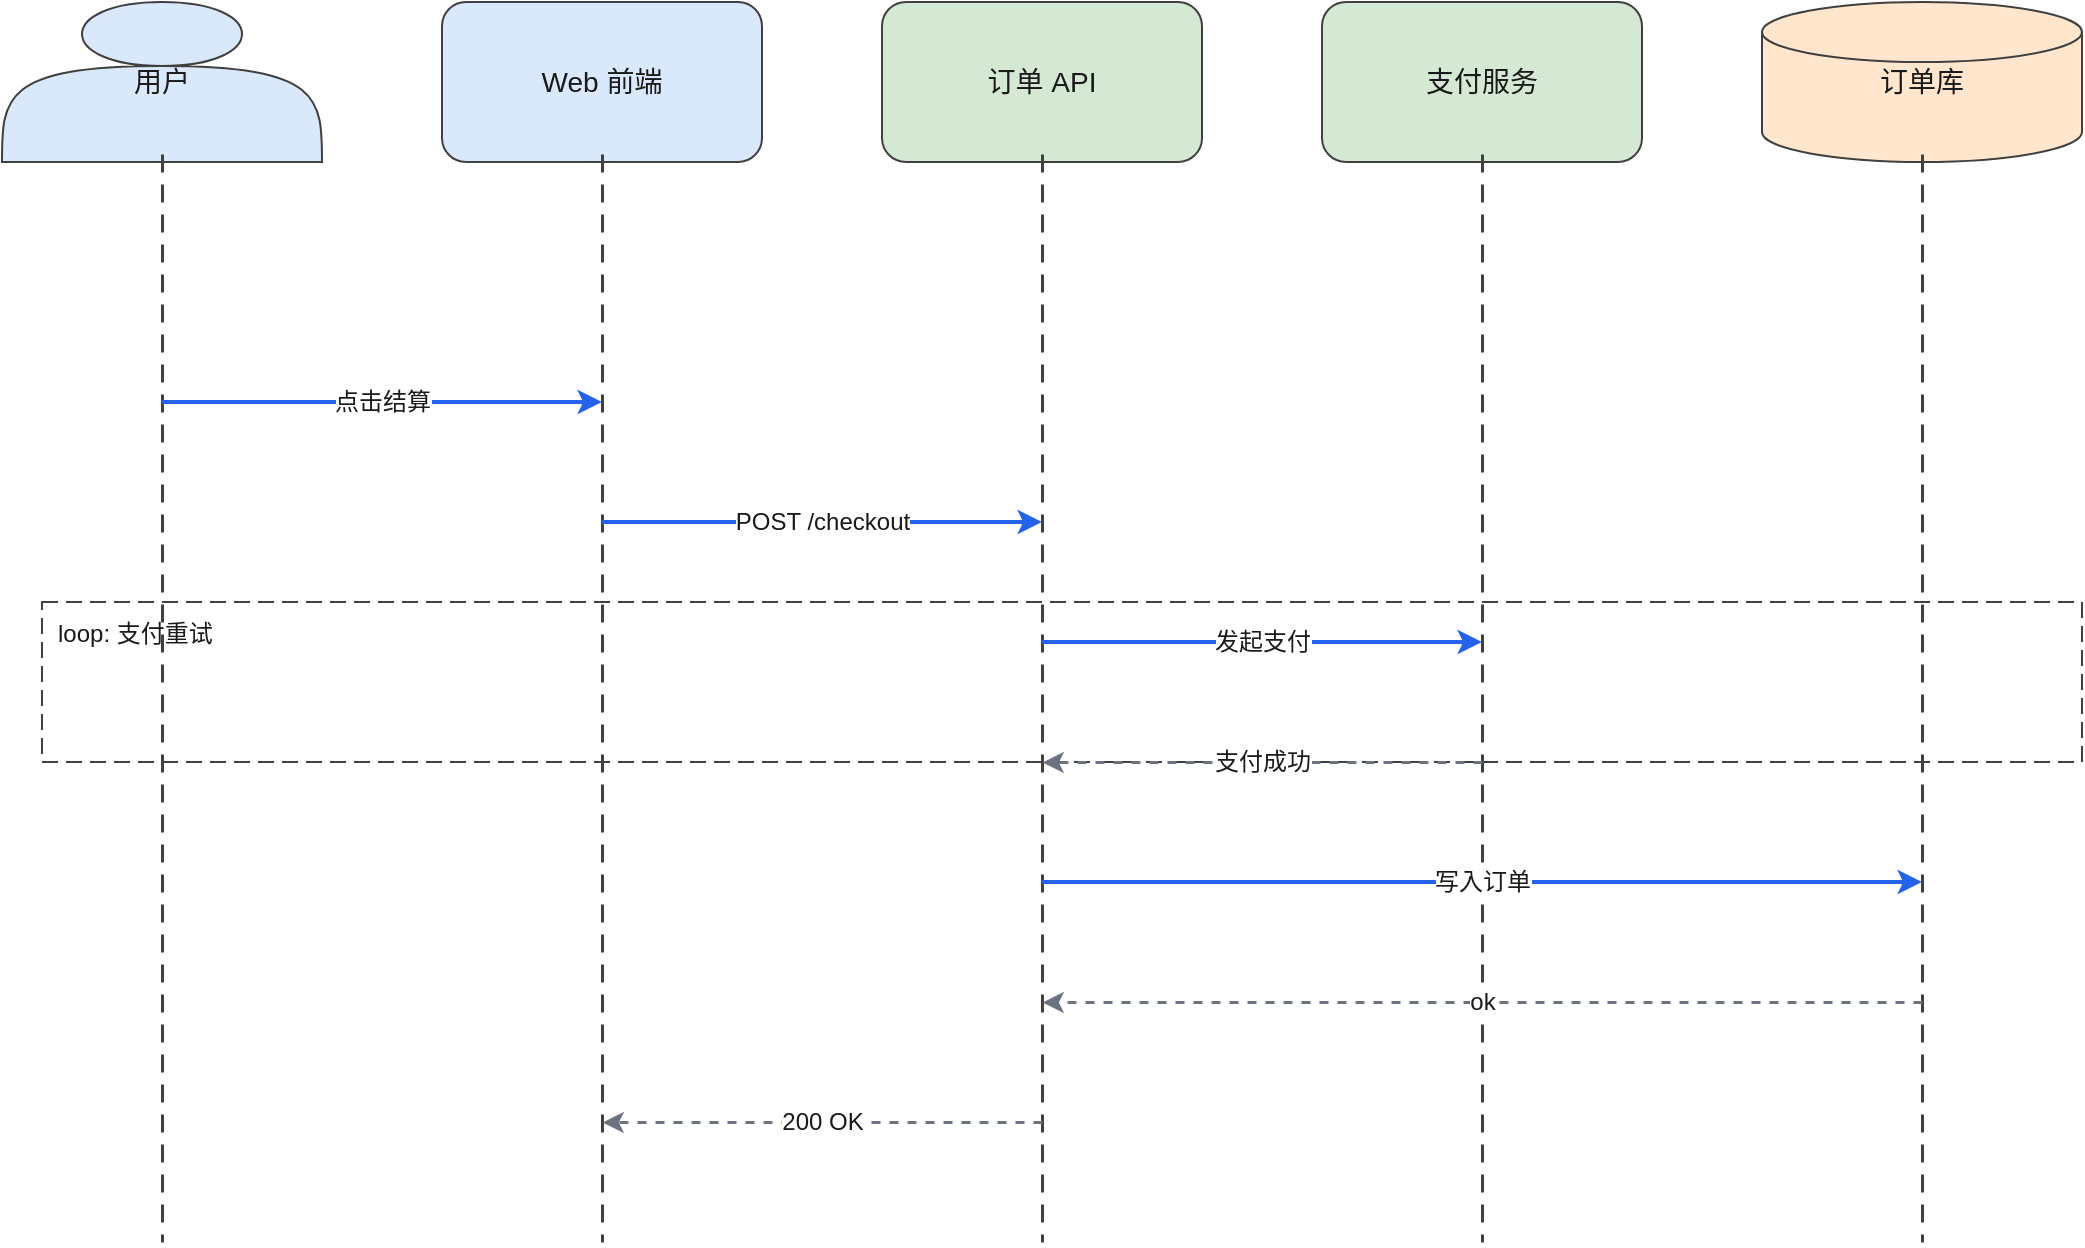
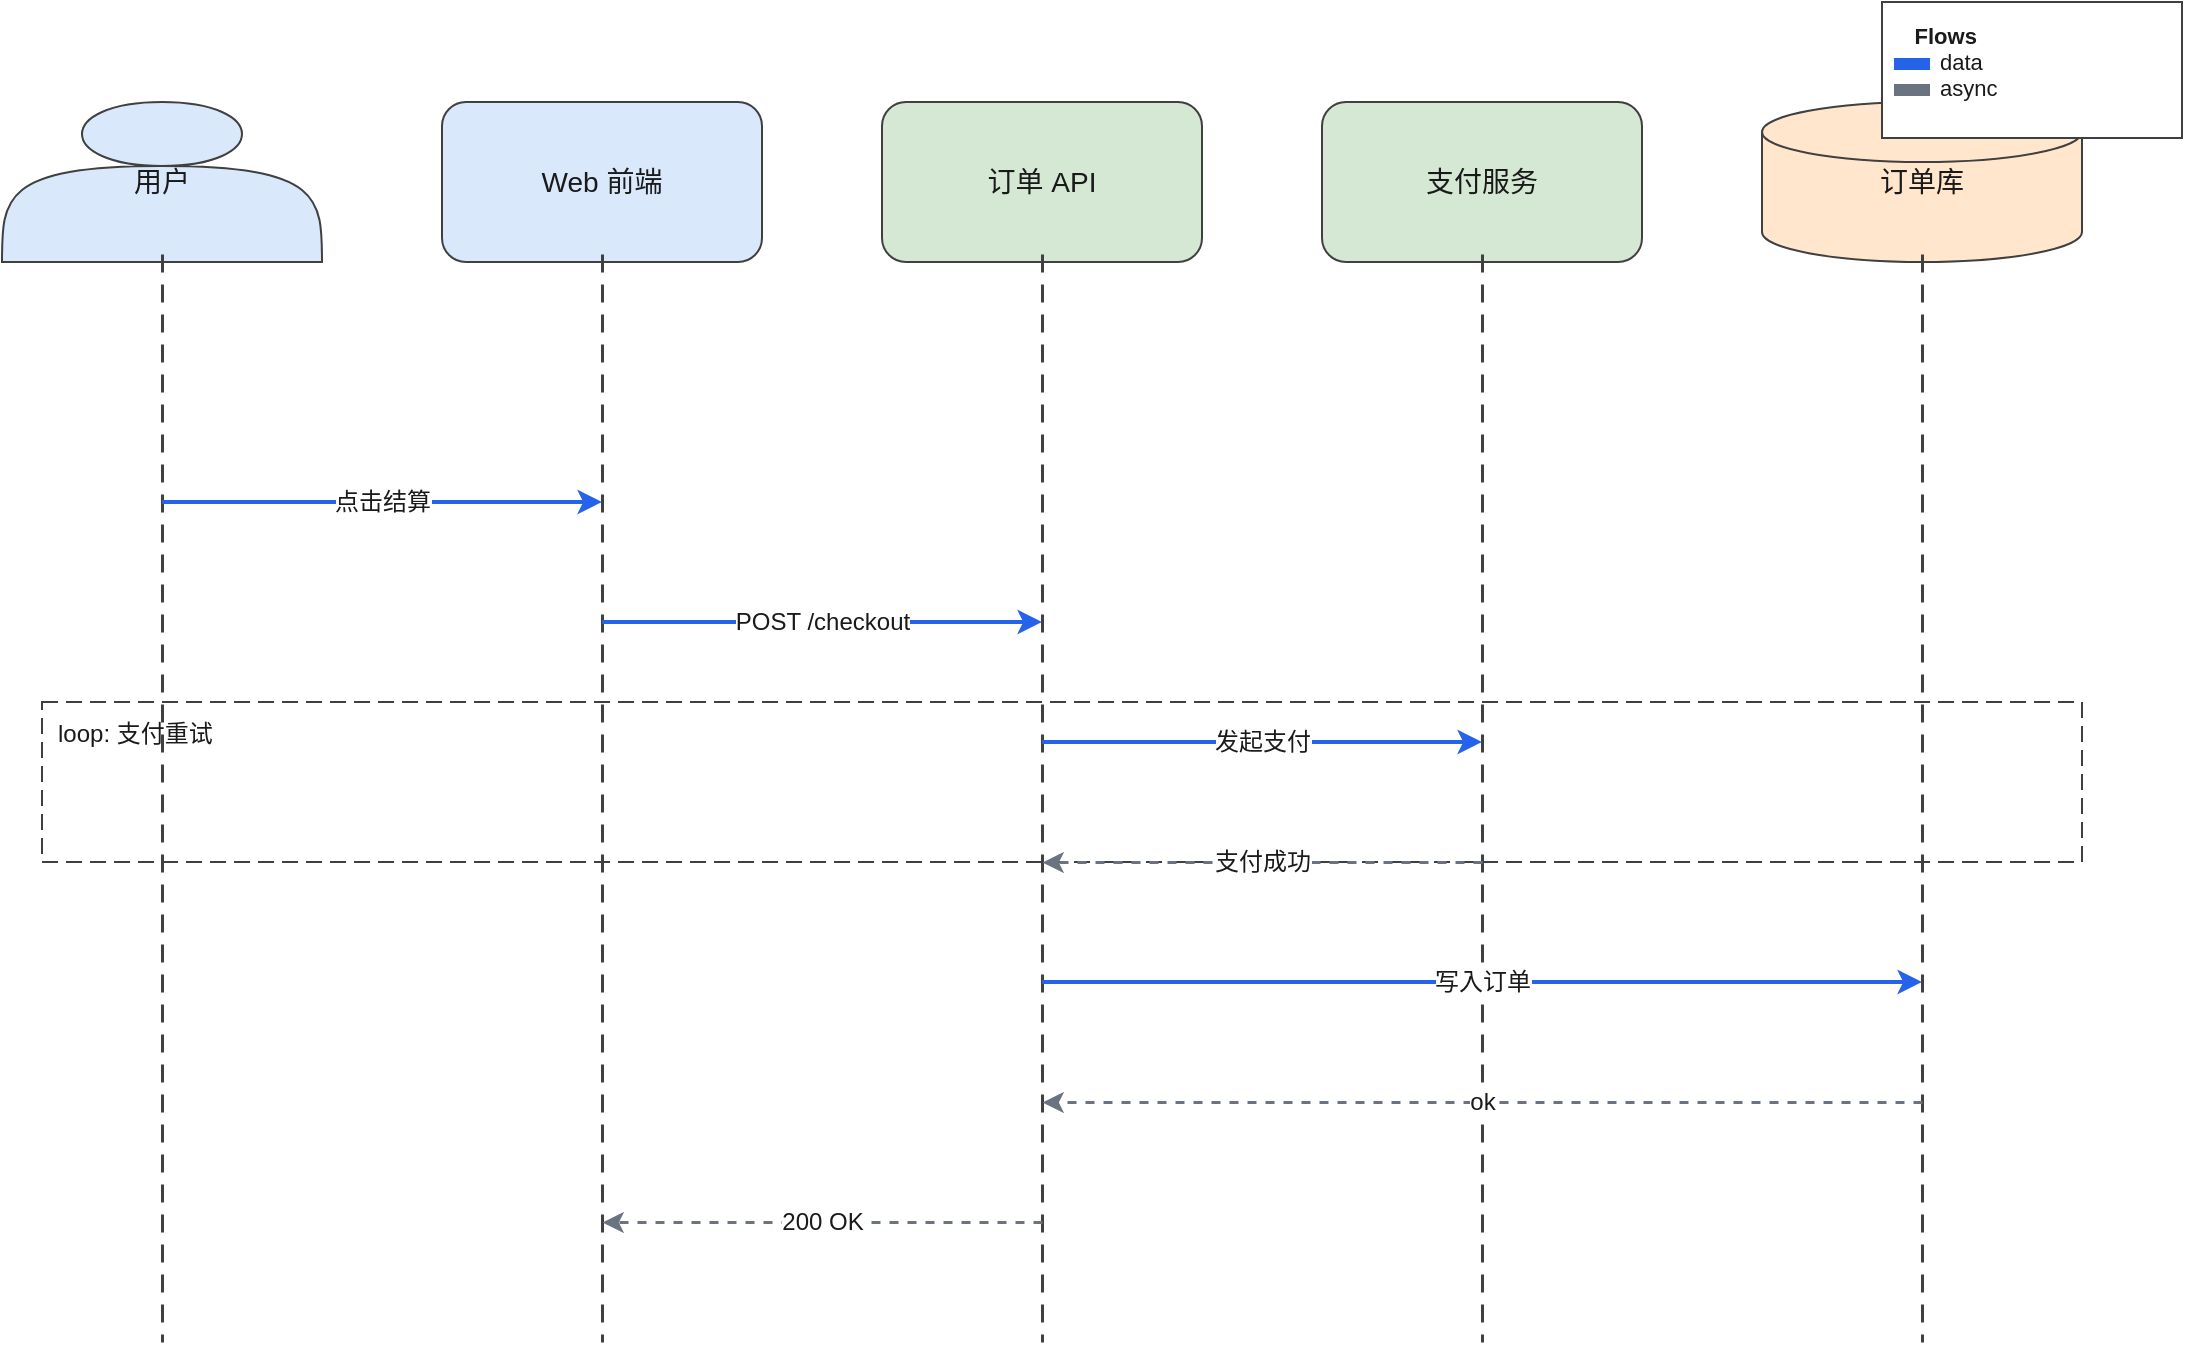
<mxfile host="app.diagrams.net">
  <diagram name="结账下单时序" id="d0">
    <mxGraphModel dx="800" dy="600" grid="1" gridSize="10" guides="1" tooltips="1" connect="1" arrows="1" fold="1" page="1" pageScale="1" pageWidth="1120" pageHeight="740" math="0" shadow="0" background="#ffffff">
      <root>
        <mxCell id="0" />
        <mxCell id="1" parent="0" />
        <mxCell id="user" value="用户" style="shape=actor;whiteSpace=wrap;html=1;fillColor=#dae8fc;strokeColor=#404040;fontColor=#1a1a1a;fontSize=14;rounded=1;" vertex="1" parent="1">
          <mxGeometry x="20" y="60" width="160" height="80" as="geometry" />
        </mxCell>
        <mxCell id="web" value="Web 前端" style="rounded=1;whiteSpace=wrap;html=1;fillColor=#dae8fc;strokeColor=#404040;fontColor=#1a1a1a;fontSize=14;rounded=1;" vertex="1" parent="1">
          <mxGeometry x="240" y="60" width="160" height="80" as="geometry" />
        </mxCell>
        <mxCell id="api" value="订单 API" style="rounded=1;whiteSpace=wrap;html=1;fillColor=#d5e8d4;strokeColor=#404040;fontColor=#1a1a1a;fontSize=14;rounded=1;" vertex="1" parent="1">
          <mxGeometry x="460" y="60" width="160" height="80" as="geometry" />
        </mxCell>
        <mxCell id="pay" value="支付服务" style="rounded=1;whiteSpace=wrap;html=1;fillColor=#d5e8d4;strokeColor=#404040;fontColor=#1a1a1a;fontSize=14;rounded=1;" vertex="1" parent="1">
          <mxGeometry x="680" y="60" width="160" height="80" as="geometry" />
        </mxCell>
        <mxCell id="db" value="订单库" style="shape=cylinder3;size=15;whiteSpace=wrap;html=1;fillColor=#ffe6cc;strokeColor=#404040;fontColor=#1a1a1a;fontSize=14;rounded=1;" vertex="1" parent="1">
          <mxGeometry x="900" y="60" width="160" height="80" as="geometry" />
        </mxCell>
        <mxCell id="lifeline_user_100_136" value="" style="endArrow=none;startArrow=none;html=1;dashed=1;dashPattern=6 4;strokeColor=#404040;strokeWidth=1.5;endFill=0;startFill=0;" edge="1" parent="1">
          <mxGeometry relative="1" as="geometry">
            <mxPoint x="100" y="136" as="sourcePoint" />
            <mxPoint x="100" y="680" as="targetPoint" />
          </mxGeometry>
        </mxCell>
        <mxCell id="lifeline_web_320_136" value="" style="endArrow=none;startArrow=none;html=1;dashed=1;dashPattern=6 4;strokeColor=#404040;strokeWidth=1.5;endFill=0;startFill=0;" edge="1" parent="1">
          <mxGeometry relative="1" as="geometry">
            <mxPoint x="320" y="136" as="sourcePoint" />
            <mxPoint x="320" y="680" as="targetPoint" />
          </mxGeometry>
        </mxCell>
        <mxCell id="lifeline_api_540_136" value="" style="endArrow=none;startArrow=none;html=1;dashed=1;dashPattern=6 4;strokeColor=#404040;strokeWidth=1.5;endFill=0;startFill=0;" edge="1" parent="1">
          <mxGeometry relative="1" as="geometry">
            <mxPoint x="540" y="136" as="sourcePoint" />
            <mxPoint x="540" y="680" as="targetPoint" />
          </mxGeometry>
        </mxCell>
        <mxCell id="lifeline_pay_760_136" value="" style="endArrow=none;startArrow=none;html=1;dashed=1;dashPattern=6 4;strokeColor=#404040;strokeWidth=1.5;endFill=0;startFill=0;" edge="1" parent="1">
          <mxGeometry relative="1" as="geometry">
            <mxPoint x="760" y="136" as="sourcePoint" />
            <mxPoint x="760" y="680" as="targetPoint" />
          </mxGeometry>
        </mxCell>
        <mxCell id="lifeline_db_980_136" value="" style="endArrow=none;startArrow=none;html=1;dashed=1;dashPattern=6 4;strokeColor=#404040;strokeWidth=1.5;endFill=0;startFill=0;" edge="1" parent="1">
          <mxGeometry relative="1" as="geometry">
            <mxPoint x="980" y="136" as="sourcePoint" />
            <mxPoint x="980" y="680" as="targetPoint" />
          </mxGeometry>
        </mxCell>
        <mxCell id="frame_40_360_1020_80" value="loop: 支付重试" style="rounded=0;whiteSpace=wrap;html=1;fillColor=none;strokeColor=#404040;dashed=1;dashPattern=8 4;verticalAlign=top;align=left;spacingTop=2;spacingLeft=6;fontColor=#1a1a1a;fontSize=12;" vertex="1" parent="1">
          <mxGeometry x="40" y="360" width="1020" height="80" as="geometry" />
        </mxCell>
        <mxCell id="edge_free_0_0" value="点击结算" style="edgeStyle=orthogonalEdgeStyle;rounded=0;html=1;endArrow=classic;strokeColor=#2563eb;strokeWidth=2;dashed=0;fontColor=#1a1a1a;fontSize=12;" edge="1" parent="1">
          <mxGeometry relative="1" as="geometry">
            <Array as="points" />
            <mxPoint x="100" y="260" as="sourcePoint" />
            <mxPoint x="320" y="260" as="targetPoint" />
          </mxGeometry>
        </mxCell>
        <mxCell id="edge_free_1_1" value="POST /checkout" style="edgeStyle=orthogonalEdgeStyle;rounded=0;html=1;endArrow=classic;strokeColor=#2563eb;strokeWidth=2;dashed=0;fontColor=#1a1a1a;fontSize=12;" edge="1" parent="1">
          <mxGeometry relative="1" as="geometry">
            <Array as="points" />
            <mxPoint x="320" y="320" as="sourcePoint" />
            <mxPoint x="540" y="320" as="targetPoint" />
          </mxGeometry>
        </mxCell>
        <mxCell id="edge_free_2_2" value="发起支付" style="edgeStyle=orthogonalEdgeStyle;rounded=0;html=1;endArrow=classic;strokeColor=#2563eb;strokeWidth=2;dashed=0;fontColor=#1a1a1a;fontSize=12;" edge="1" parent="1">
          <mxGeometry relative="1" as="geometry">
            <Array as="points" />
            <mxPoint x="540" y="380" as="sourcePoint" />
            <mxPoint x="760" y="380" as="targetPoint" />
          </mxGeometry>
        </mxCell>
        <mxCell id="edge_free_3_3" value="支付成功" style="edgeStyle=orthogonalEdgeStyle;rounded=0;html=1;endArrow=classic;strokeColor=#6b7280;strokeWidth=1.5;dashed=1;fontColor=#1a1a1a;fontSize=12;" edge="1" parent="1">
          <mxGeometry relative="1" as="geometry">
            <Array as="points" />
            <mxPoint x="760" y="440" as="sourcePoint" />
            <mxPoint x="540" y="440" as="targetPoint" />
          </mxGeometry>
        </mxCell>
        <mxCell id="edge_free_4_4" value="写入订单" style="edgeStyle=orthogonalEdgeStyle;rounded=0;html=1;endArrow=classic;strokeColor=#2563eb;strokeWidth=2;dashed=0;fontColor=#1a1a1a;fontSize=12;" edge="1" parent="1">
          <mxGeometry relative="1" as="geometry">
            <Array as="points" />
            <mxPoint x="540" y="500" as="sourcePoint" />
            <mxPoint x="980" y="500" as="targetPoint" />
          </mxGeometry>
        </mxCell>
        <mxCell id="edge_free_5_5" value="ok" style="edgeStyle=orthogonalEdgeStyle;rounded=0;html=1;endArrow=classic;strokeColor=#6b7280;strokeWidth=1.5;dashed=1;fontColor=#1a1a1a;fontSize=12;" edge="1" parent="1">
          <mxGeometry relative="1" as="geometry">
            <Array as="points" />
            <mxPoint x="980" y="560" as="sourcePoint" />
            <mxPoint x="540" y="560" as="targetPoint" />
          </mxGeometry>
        </mxCell>
        <mxCell id="edge_free_6_6" value="200 OK" style="edgeStyle=orthogonalEdgeStyle;rounded=0;html=1;endArrow=classic;strokeColor=#6b7280;strokeWidth=1.5;dashed=1;fontColor=#1a1a1a;fontSize=12;" edge="1" parent="1">
          <mxGeometry relative="1" as="geometry">
            <Array as="points" />
            <mxPoint x="540" y="620" as="sourcePoint" />
            <mxPoint x="320" y="620" as="targetPoint" />
          </mxGeometry>
        </mxCell>
+         <mxCell id="legend_flows" value="&lt;div style=&quot;text-align:center&quot;&gt;&lt;b&gt;Flows&lt;/b&gt;&lt;/div&gt;&lt;div&gt;&lt;span style=&quot;display:inline-block;width:18px;height:6px;background:#2563eb;margin-right:5px;vertical-align:middle;&quot;&gt;&lt;/span&gt;data&lt;/div&gt;&lt;div&gt;&lt;span style=&quot;display:inline-block;width:18px;height:6px;background:#6b7280;margin-right:5px;vertical-align:middle;&quot;&gt;&lt;/span&gt;async&lt;/div&gt;" style="rounded=0;whiteSpace=wrap;html=1;fillColor=#ffffff;strokeColor=#404040;dashed=0;fontColor=#1a1a1a;fontSize=11;align=left;verticalAlign=top;spacing=6;" vertex="1" parent="1">
+           <mxGeometry x="960" y="10" width="150" height="68" as="geometry" />
+         </mxCell>
      </root>
    </mxGraphModel>
  </diagram>
</mxfile>